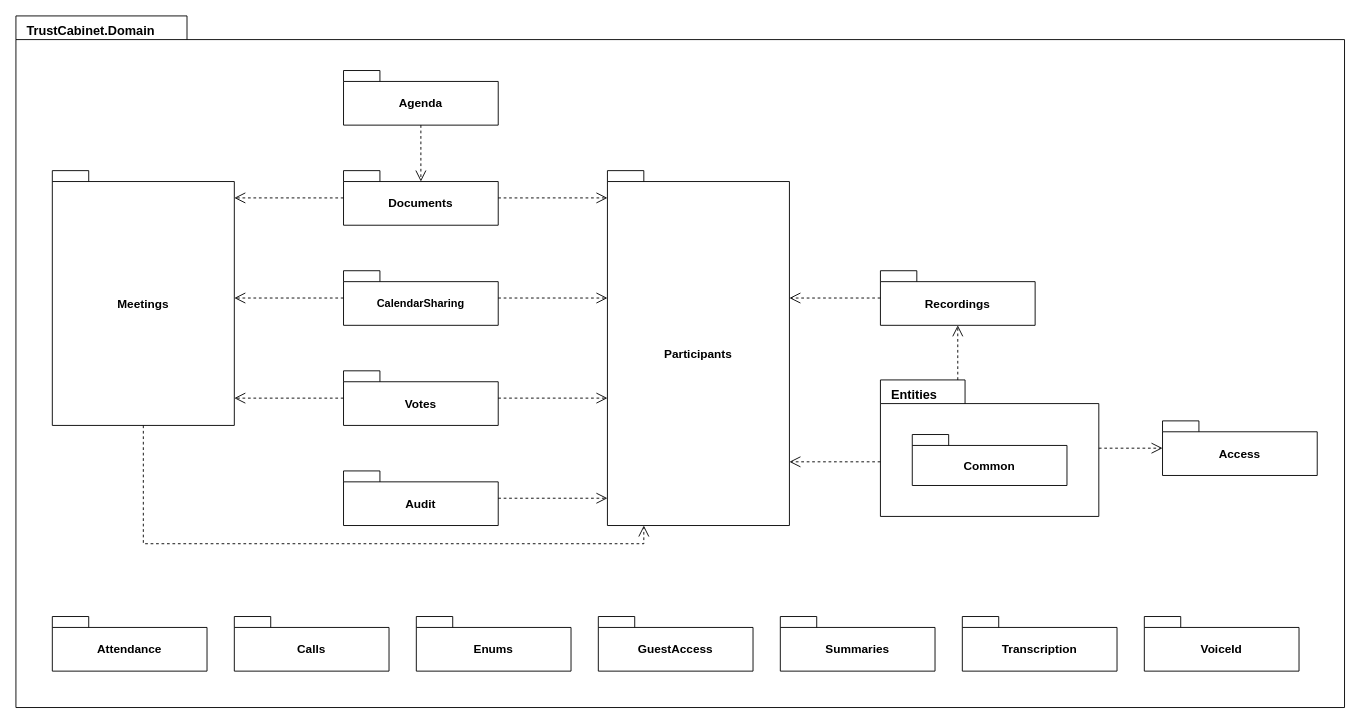
Earlier version of the draw.io diagram docs/15-package-diagram/package-domain.drawio (callmehai/FU-FA26-G116). Source tidied: cells renumbered, new cells numbered last; positions are measured from the earlier drawing's top-left corner, leaving out a move shared by most shapes. Both pictures are drawn from the tidied source at 91%, with x=0, y=0 at pixel (15, 15).
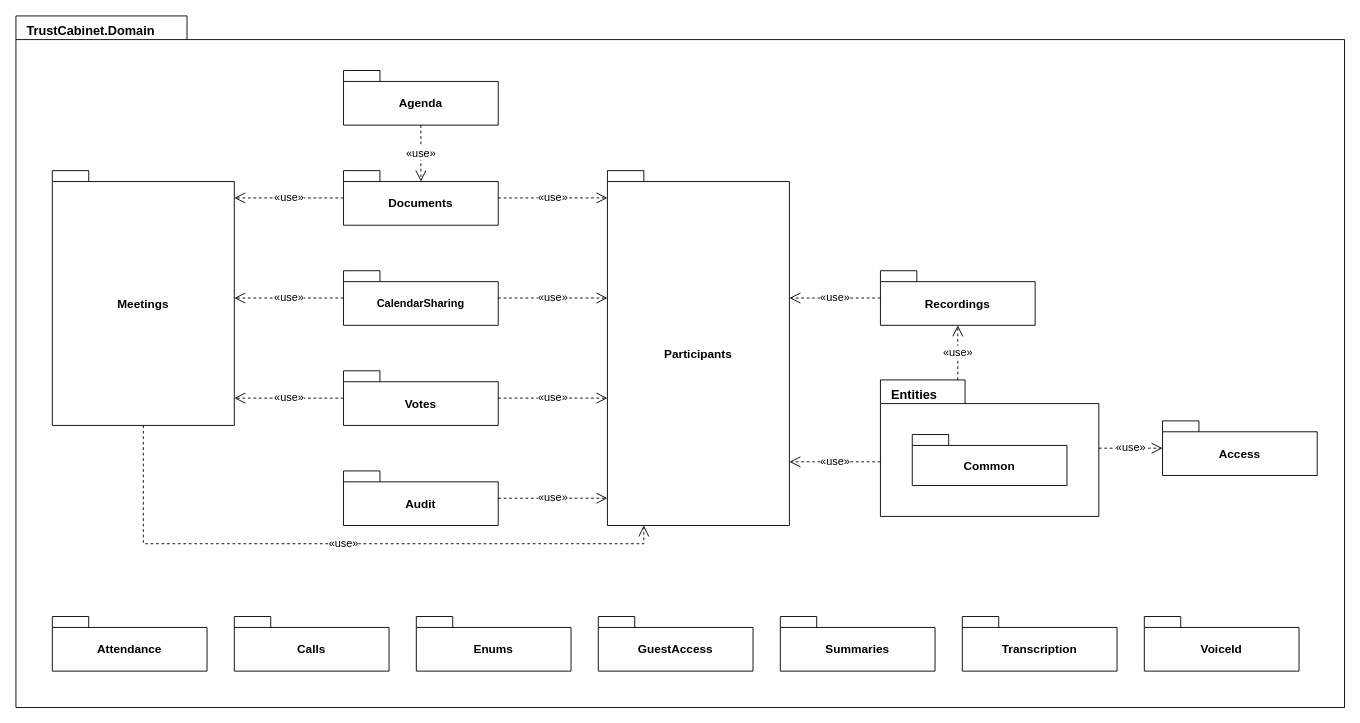
The same diagram, later.

Unchanged cells that the change refers to:
```xml
<mxCell id="3" value="Agenda" style="shape=folder;tabWidth=40;tabHeight=12;tabPosition=left;verticalAlign=middle;align=center;spacingTop=12;fontStyle=1;fontSize=13;html=1;whiteSpace=wrap;fillColor=#ffffff;strokeColor=#000000;fontColor=#000000;fontFamily=Helvetica;" parent="2" vertex="1">
  <mxGeometry x="360" y="60" width="170" height="60" as="geometry" />
</mxCell>
<mxCell id="4" value="Documents" style="shape=folder;tabWidth=40;tabHeight=12;tabPosition=left;verticalAlign=middle;align=center;spacingTop=12;fontStyle=1;fontSize=13;html=1;whiteSpace=wrap;fillColor=#ffffff;strokeColor=#000000;fontColor=#000000;fontFamily=Helvetica;" parent="2" vertex="1">
  <mxGeometry x="360" y="170" width="170" height="60" as="geometry" />
</mxCell>
<mxCell id="5" value="CalendarSharing" style="shape=folder;tabWidth=40;tabHeight=12;tabPosition=left;verticalAlign=middle;align=center;spacingTop=12;fontStyle=1;fontSize=12;html=1;whiteSpace=wrap;fillColor=#ffffff;strokeColor=#000000;fontColor=#000000;fontFamily=Helvetica;" parent="2" vertex="1">
  <mxGeometry x="360" y="280" width="170" height="60" as="geometry" />
</mxCell>
<mxCell id="6" value="Votes" style="shape=folder;tabWidth=40;tabHeight=12;tabPosition=left;verticalAlign=middle;align=center;spacingTop=12;fontStyle=1;fontSize=13;html=1;whiteSpace=wrap;fillColor=#ffffff;strokeColor=#000000;fontColor=#000000;fontFamily=Helvetica;" parent="2" vertex="1">
  <mxGeometry x="360" y="390" width="170" height="60" as="geometry" />
</mxCell>
<mxCell id="7" value="Audit" style="shape=folder;tabWidth=40;tabHeight=12;tabPosition=left;verticalAlign=middle;align=center;spacingTop=12;fontStyle=1;fontSize=13;html=1;whiteSpace=wrap;fillColor=#ffffff;strokeColor=#000000;fontColor=#000000;fontFamily=Helvetica;" parent="2" vertex="1">
  <mxGeometry x="360" y="500" width="170" height="60" as="geometry" />
</mxCell>
<mxCell id="8" value="Meetings" style="shape=folder;tabWidth=40;tabHeight=12;tabPosition=left;verticalAlign=middle;align=center;spacingTop=12;fontStyle=1;fontSize=13;html=1;whiteSpace=wrap;fillColor=#ffffff;strokeColor=#000000;fontColor=#000000;fontFamily=Helvetica;" parent="2" vertex="1">
  <mxGeometry x="40" y="170" width="200" height="280" as="geometry" />
</mxCell>
<mxCell id="9" value="Participants" style="shape=folder;tabWidth=40;tabHeight=12;tabPosition=left;verticalAlign=middle;align=center;spacingTop=12;fontStyle=1;fontSize=13;html=1;whiteSpace=wrap;fillColor=#ffffff;strokeColor=#000000;fontColor=#000000;fontFamily=Helvetica;" parent="2" vertex="1">
  <mxGeometry x="650" y="170" width="200" height="390" as="geometry" />
</mxCell>
<mxCell id="10" value="Recordings" style="shape=folder;tabWidth=40;tabHeight=12;tabPosition=left;verticalAlign=middle;align=center;spacingTop=12;fontStyle=1;fontSize=13;html=1;whiteSpace=wrap;fillColor=#ffffff;strokeColor=#000000;fontColor=#000000;fontFamily=Helvetica;" parent="2" vertex="1">
  <mxGeometry x="950" y="280" width="170" height="60" as="geometry" />
</mxCell>
<mxCell id="11" value="Entities" style="shape=folder;tabWidth=93;tabHeight=26;tabPosition=left;verticalAlign=top;align=left;spacingLeft=10;spacingTop=1;fontStyle=1;fontSize=14;html=1;whiteSpace=wrap;fillColor=#ffffff;strokeColor=#000000;fontColor=#000000;fontFamily=Helvetica;" parent="2" vertex="1">
  <mxGeometry x="950" y="400" width="240" height="150" as="geometry" />
</mxCell>
<mxCell id="13" value="Access" style="shape=folder;tabWidth=40;tabHeight=12;tabPosition=left;verticalAlign=middle;align=center;spacingTop=12;fontStyle=1;fontSize=13;html=1;whiteSpace=wrap;fillColor=#ffffff;strokeColor=#000000;fontColor=#000000;fontFamily=Helvetica;" parent="2" vertex="1">
  <mxGeometry x="1260" y="445" width="170" height="60" as="geometry" />
</mxCell>
```

Diff of the diagram source:
```diff
@@
-    <mxCell id="21" style="endArrow=open;endFill=0;endSize=10;dashed=1;rounded=0;html=1;strokeColor=#000000;fontColor=#000000;fontFamily=Helvetica;fontSize=12;labelBackgroundColor=#ffffff;exitX=0.5;exitY=1;exitDx=0;exitDy=0;exitPerimeter=0;entryX=0.5;entryY=0.2;entryDx=0;entryDy=0;entryPerimeter=0;" parent="1" edge="1" source="3" target="4">
+    <mxCell id="21" value="«use»" style="endArrow=open;endFill=0;endSize=10;dashed=1;rounded=0;html=1;strokeColor=#000000;fontColor=#000000;fontFamily=Helvetica;fontSize=12;labelBackgroundColor=#ffffff;exitX=0.5;exitY=1;exitDx=0;exitDy=0;exitPerimeter=0;entryX=0.5;entryY=0.2;entryDx=0;entryDy=0;entryPerimeter=0;" parent="1" edge="1" source="3" target="4">
       <mxGeometry relative="1" as="geometry" />
     </mxCell>
-    <mxCell id="22" style="endArrow=open;endFill=0;endSize=10;dashed=1;rounded=0;html=1;strokeColor=#000000;fontColor=#000000;fontFamily=Helvetica;fontSize=12;labelBackgroundColor=#ffffff;exitX=0;exitY=0.5;exitDx=0;exitDy=0;exitPerimeter=0;entryX=1;entryY=0.1071;entryDx=0;entryDy=0;entryPerimeter=0;" parent="1" edge="1" source="4" target="8">
+    <mxCell id="22" value="«use»" style="endArrow=open;endFill=0;endSize=10;dashed=1;rounded=0;html=1;strokeColor=#000000;fontColor=#000000;fontFamily=Helvetica;fontSize=12;labelBackgroundColor=#ffffff;exitX=0;exitY=0.5;exitDx=0;exitDy=0;exitPerimeter=0;entryX=1;entryY=0.1071;entryDx=0;entryDy=0;entryPerimeter=0;" parent="1" edge="1" source="4" target="8">
       <mxGeometry relative="1" as="geometry" />
     </mxCell>
-    <mxCell id="23" style="endArrow=open;endFill=0;endSize=10;dashed=1;rounded=0;html=1;strokeColor=#000000;fontColor=#000000;fontFamily=Helvetica;fontSize=12;labelBackgroundColor=#ffffff;exitX=1;exitY=0.5;exitDx=0;exitDy=0;exitPerimeter=0;entryX=0;entryY=0.0769;entryDx=0;entryDy=0;entryPerimeter=0;" parent="1" edge="1" source="4" target="9">
+    <mxCell id="23" value="«use»" style="endArrow=open;endFill=0;endSize=10;dashed=1;rounded=0;html=1;strokeColor=#000000;fontColor=#000000;fontFamily=Helvetica;fontSize=12;labelBackgroundColor=#ffffff;exitX=1;exitY=0.5;exitDx=0;exitDy=0;exitPerimeter=0;entryX=0;entryY=0.0769;entryDx=0;entryDy=0;entryPerimeter=0;" parent="1" edge="1" source="4" target="9">
       <mxGeometry relative="1" as="geometry" />
     </mxCell>
-    <mxCell id="24" style="endArrow=open;endFill=0;endSize=10;dashed=1;rounded=0;html=1;strokeColor=#000000;fontColor=#000000;fontFamily=Helvetica;fontSize=12;labelBackgroundColor=#ffffff;exitX=0;exitY=0.5;exitDx=0;exitDy=0;exitPerimeter=0;entryX=1;entryY=0.5;entryDx=0;entryDy=0;entryPerimeter=0;" parent="1" edge="1" source="5" target="8">
+    <mxCell id="24" value="«use»" style="endArrow=open;endFill=0;endSize=10;dashed=1;rounded=0;html=1;strokeColor=#000000;fontColor=#000000;fontFamily=Helvetica;fontSize=12;labelBackgroundColor=#ffffff;exitX=0;exitY=0.5;exitDx=0;exitDy=0;exitPerimeter=0;entryX=1;entryY=0.5;entryDx=0;entryDy=0;entryPerimeter=0;" parent="1" edge="1" source="5" target="8">
       <mxGeometry relative="1" as="geometry" />
     </mxCell>
-    <mxCell id="25" style="endArrow=open;endFill=0;endSize=10;dashed=1;rounded=0;html=1;strokeColor=#000000;fontColor=#000000;fontFamily=Helvetica;fontSize=12;labelBackgroundColor=#ffffff;exitX=1;exitY=0.5;exitDx=0;exitDy=0;exitPerimeter=0;entryX=0;entryY=0.359;entryDx=0;entryDy=0;entryPerimeter=0;" parent="1" edge="1" source="5" target="9">
+    <mxCell id="25" value="«use»" style="endArrow=open;endFill=0;endSize=10;dashed=1;rounded=0;html=1;strokeColor=#000000;fontColor=#000000;fontFamily=Helvetica;fontSize=12;labelBackgroundColor=#ffffff;exitX=1;exitY=0.5;exitDx=0;exitDy=0;exitPerimeter=0;entryX=0;entryY=0.359;entryDx=0;entryDy=0;entryPerimeter=0;" parent="1" edge="1" source="5" target="9">
       <mxGeometry relative="1" as="geometry" />
     </mxCell>
-    <mxCell id="26" style="endArrow=open;endFill=0;endSize=10;dashed=1;rounded=0;html=1;strokeColor=#000000;fontColor=#000000;fontFamily=Helvetica;fontSize=12;labelBackgroundColor=#ffffff;exitX=0;exitY=0.5;exitDx=0;exitDy=0;exitPerimeter=0;entryX=1;entryY=0.8929;entryDx=0;entryDy=0;entryPerimeter=0;" parent="1" edge="1" source="6" target="8">
+    <mxCell id="26" value="«use»" style="endArrow=open;endFill=0;endSize=10;dashed=1;rounded=0;html=1;strokeColor=#000000;fontColor=#000000;fontFamily=Helvetica;fontSize=12;labelBackgroundColor=#ffffff;exitX=0;exitY=0.5;exitDx=0;exitDy=0;exitPerimeter=0;entryX=1;entryY=0.8929;entryDx=0;entryDy=0;entryPerimeter=0;" parent="1" edge="1" source="6" target="8">
       <mxGeometry relative="1" as="geometry" />
     </mxCell>
-    <mxCell id="27" style="endArrow=open;endFill=0;endSize=10;dashed=1;rounded=0;html=1;strokeColor=#000000;fontColor=#000000;fontFamily=Helvetica;fontSize=12;labelBackgroundColor=#ffffff;exitX=1;exitY=0.5;exitDx=0;exitDy=0;exitPerimeter=0;entryX=0;entryY=0.641;entryDx=0;entryDy=0;entryPerimeter=0;" parent="1" edge="1" source="6" target="9">
+    <mxCell id="27" value="«use»" style="endArrow=open;endFill=0;endSize=10;dashed=1;rounded=0;html=1;strokeColor=#000000;fontColor=#000000;fontFamily=Helvetica;fontSize=12;labelBackgroundColor=#ffffff;exitX=1;exitY=0.5;exitDx=0;exitDy=0;exitPerimeter=0;entryX=0;entryY=0.641;entryDx=0;entryDy=0;entryPerimeter=0;" parent="1" edge="1" source="6" target="9">
       <mxGeometry relative="1" as="geometry" />
     </mxCell>
-    <mxCell id="28" style="endArrow=open;endFill=0;endSize=10;dashed=1;rounded=0;html=1;strokeColor=#000000;fontColor=#000000;fontFamily=Helvetica;fontSize=12;labelBackgroundColor=#ffffff;exitX=1;exitY=0.5;exitDx=0;exitDy=0;exitPerimeter=0;entryX=0;entryY=0.9231;entryDx=0;entryDy=0;entryPerimeter=0;" parent="1" edge="1" source="7" target="9">
+    <mxCell id="28" value="«use»" style="endArrow=open;endFill=0;endSize=10;dashed=1;rounded=0;html=1;strokeColor=#000000;fontColor=#000000;fontFamily=Helvetica;fontSize=12;labelBackgroundColor=#ffffff;exitX=1;exitY=0.5;exitDx=0;exitDy=0;exitPerimeter=0;entryX=0;entryY=0.9231;entryDx=0;entryDy=0;entryPerimeter=0;" parent="1" edge="1" source="7" target="9">
       <mxGeometry relative="1" as="geometry" />
     </mxCell>
-    <mxCell id="29" style="endArrow=open;endFill=0;endSize=10;dashed=1;rounded=0;html=1;strokeColor=#000000;fontColor=#000000;fontFamily=Helvetica;fontSize=12;labelBackgroundColor=#ffffff;exitX=0.5;exitY=1;exitDx=0;exitDy=0;exitPerimeter=0;entryX=0.2;entryY=1;entryDx=0;entryDy=0;entryPerimeter=0;" parent="1" edge="1" source="8" target="9">
+    <mxCell id="29" value="«use»" style="endArrow=open;endFill=0;endSize=10;dashed=1;rounded=0;html=1;strokeColor=#000000;fontColor=#000000;fontFamily=Helvetica;fontSize=12;labelBackgroundColor=#ffffff;exitX=0.5;exitY=1;exitDx=0;exitDy=0;exitPerimeter=0;entryX=0.2;entryY=1;entryDx=0;entryDy=0;entryPerimeter=0;" parent="1" edge="1" source="8" target="9">
       <mxGeometry relative="1" as="geometry">
         <Array as="points">
           <mxPoint x="140" y="580" />
           <mxPoint x="690" y="580" />
         </Array>
       </mxGeometry>
     </mxCell>
-    <mxCell id="30" style="endArrow=open;endFill=0;endSize=10;dashed=1;rounded=0;html=1;strokeColor=#000000;fontColor=#000000;fontFamily=Helvetica;fontSize=12;labelBackgroundColor=#ffffff;exitX=0;exitY=0.5;exitDx=0;exitDy=0;exitPerimeter=0;entryX=1;entryY=0.359;entryDx=0;entryDy=0;entryPerimeter=0;" parent="1" edge="1" source="10" target="9">
+    <mxCell id="30" value="«use»" style="endArrow=open;endFill=0;endSize=10;dashed=1;rounded=0;html=1;strokeColor=#000000;fontColor=#000000;fontFamily=Helvetica;fontSize=12;labelBackgroundColor=#ffffff;exitX=0;exitY=0.5;exitDx=0;exitDy=0;exitPerimeter=0;entryX=1;entryY=0.359;entryDx=0;entryDy=0;entryPerimeter=0;" parent="1" edge="1" source="10" target="9">
       <mxGeometry relative="1" as="geometry" />
     </mxCell>
-    <mxCell id="31" style="endArrow=open;endFill=0;endSize=10;dashed=1;rounded=0;html=1;strokeColor=#000000;fontColor=#000000;fontFamily=Helvetica;fontSize=12;labelBackgroundColor=#ffffff;exitX=0;exitY=0.6;exitDx=0;exitDy=0;exitPerimeter=0;entryX=1;entryY=0.8205;entryDx=0;entryDy=0;entryPerimeter=0;" parent="1" edge="1" source="11" target="9">
+    <mxCell id="31" value="«use»" style="endArrow=open;endFill=0;endSize=10;dashed=1;rounded=0;html=1;strokeColor=#000000;fontColor=#000000;fontFamily=Helvetica;fontSize=12;labelBackgroundColor=#ffffff;exitX=0;exitY=0.6;exitDx=0;exitDy=0;exitPerimeter=0;entryX=1;entryY=0.8205;entryDx=0;entryDy=0;entryPerimeter=0;" parent="1" edge="1" source="11" target="9">
       <mxGeometry relative="1" as="geometry" />
     </mxCell>
-    <mxCell id="32" style="endArrow=open;endFill=0;endSize=10;dashed=1;rounded=0;html=1;strokeColor=#000000;fontColor=#000000;fontFamily=Helvetica;fontSize=12;labelBackgroundColor=#ffffff;exitX=0.3542;exitY=0;exitDx=0;exitDy=0;exitPerimeter=0;entryX=0.5;entryY=1;entryDx=0;entryDy=0;entryPerimeter=0;" parent="1" edge="1" source="11" target="10">
+    <mxCell id="32" value="«use»" style="endArrow=open;endFill=0;endSize=10;dashed=1;rounded=0;html=1;strokeColor=#000000;fontColor=#000000;fontFamily=Helvetica;fontSize=12;labelBackgroundColor=#ffffff;exitX=0.3542;exitY=0;exitDx=0;exitDy=0;exitPerimeter=0;entryX=0.5;entryY=1;entryDx=0;entryDy=0;entryPerimeter=0;" parent="1" edge="1" source="11" target="10">
       <mxGeometry relative="1" as="geometry" />
     </mxCell>
-    <mxCell id="33" style="endArrow=open;endFill=0;endSize=10;dashed=1;rounded=0;html=1;strokeColor=#000000;fontColor=#000000;fontFamily=Helvetica;fontSize=12;labelBackgroundColor=#ffffff;exitX=1;exitY=0.5;exitDx=0;exitDy=0;exitPerimeter=0;entryX=0;entryY=0.5;entryDx=0;entryDy=0;entryPerimeter=0;" parent="1" edge="1" source="11" target="13">
+    <mxCell id="33" value="«use»" style="endArrow=open;endFill=0;endSize=10;dashed=1;rounded=0;html=1;strokeColor=#000000;fontColor=#000000;fontFamily=Helvetica;fontSize=12;labelBackgroundColor=#ffffff;exitX=1;exitY=0.5;exitDx=0;exitDy=0;exitPerimeter=0;entryX=0;entryY=0.5;entryDx=0;entryDy=0;entryPerimeter=0;" parent="1" edge="1" source="11" target="13">
       <mxGeometry relative="1" as="geometry" />
     </mxCell>
```
